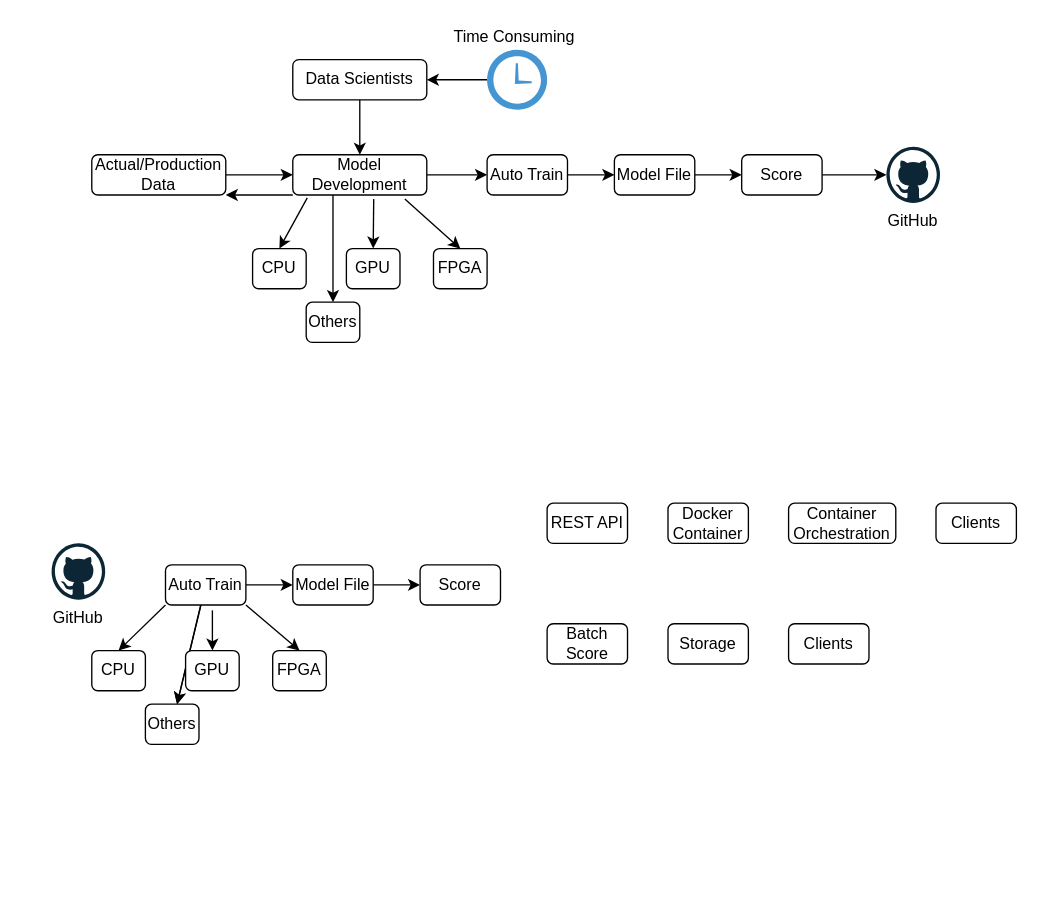
The draw.io diagram DataScience/mldevops.drawio in balakreshnan/Samples2021, before the edit. Source tidied: cells renumbered, new cells numbered last; positions are measured from the earlier drawing's top-left corner, leaving out a move shared by most shapes. Both pictures are drawn from the tidied source at 134%, with x=0, y=0 at pixel (51, 23).
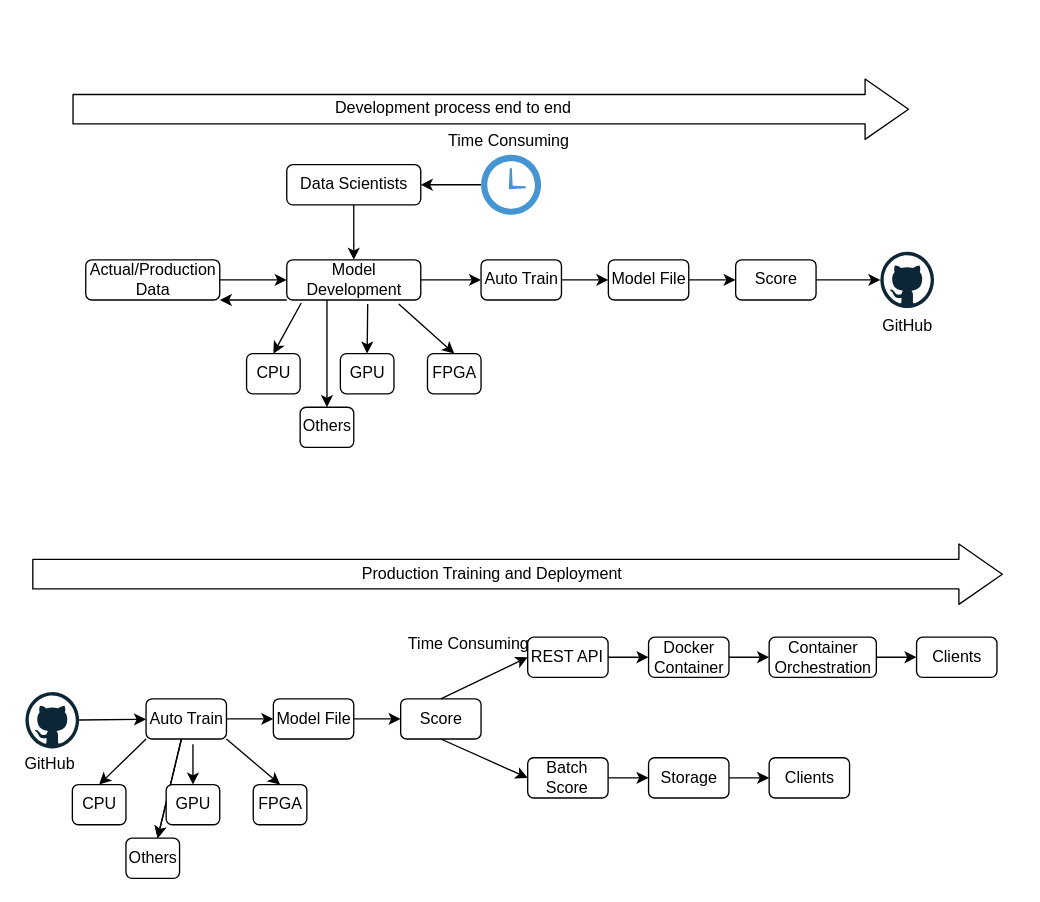
The same diagram, later.

Change to the diagram source:
```diff
@@
     <mxCell id="3" value="Actual/Production Data" style="rounded=1;whiteSpace=wrap;html=1;" parent="1" vertex="1">
-      <mxGeometry x="30" y="98" width="100" height="30" as="geometry" />
+      <mxGeometry x="25.5" y="176.4" width="100" height="30" as="geometry" />
     </mxCell>
     <mxCell id="4" style="edgeStyle=orthogonalEdgeStyle;rounded=0;jettySize=auto;html=1;" parent="1" edge="1" source="6" target="10">
       <mxGeometry relative="1" as="geometry">
         <Array as="points">
-          <mxPoint x="210" y="148" />
-          <mxPoint x="210" y="148" />
+          <mxPoint x="205.5" y="226.4" />
+          <mxPoint x="205.5" y="226.4" />
         </Array>
       </mxGeometry>
     </mxCell>
@@
     <mxCell id="6" value="Model Development" style="rounded=1;whiteSpace=wrap;html=1;" parent="1" vertex="1">
-      <mxGeometry x="180" y="98" width="100" height="30" as="geometry" />
+      <mxGeometry x="175.5" y="176.4" width="100" height="30" as="geometry" />
     </mxCell>
     <mxCell id="7" value="CPU" style="rounded=1;whiteSpace=wrap;html=1;" parent="1" vertex="1">
-      <mxGeometry x="150" y="168" width="40" height="30" as="geometry" />
+      <mxGeometry x="145.5" y="246.4" width="40" height="30" as="geometry" />
     </mxCell>
     <mxCell id="8" value="GPU" style="rounded=1;whiteSpace=wrap;html=1;" parent="1" vertex="1">
-      <mxGeometry x="220" y="168" width="40" height="30" as="geometry" />
+      <mxGeometry x="215.5" y="246.4" width="40" height="30" as="geometry" />
     </mxCell>
     <mxCell id="9" value="FPGA" style="rounded=1;whiteSpace=wrap;html=1;" parent="1" vertex="1">
-      <mxGeometry x="285" y="168" width="40" height="30" as="geometry" />
+      <mxGeometry x="280.5" y="246.4" width="40" height="30" as="geometry" />
     </mxCell>
     <mxCell id="10" value="Others" style="rounded=1;whiteSpace=wrap;html=1;" parent="1" vertex="1">
-      <mxGeometry x="190" y="208" width="40" height="30" as="geometry" />
+      <mxGeometry x="185.5" y="286.4" width="40" height="30" as="geometry" />
     </mxCell>
@@
     <mxCell id="12" value="Data Scientists" style="rounded=1;whiteSpace=wrap;html=1;" parent="1" vertex="1">
-      <mxGeometry x="180" y="27" width="100" height="30" as="geometry" />
+      <mxGeometry x="175.5" y="105.4" width="100" height="30" as="geometry" />
     </mxCell>
@@
     <mxCell id="18" style="shadow=0;dashed=0;html=1;strokeColor=none;fillColor=#4495D1;labelPosition=center;verticalLabelPosition=bottom;verticalAlign=top;align=center;outlineConnect=0;shape=mxgraph.veeam.time;" parent="1" vertex="1">
-      <mxGeometry x="325" y="19.6" width="44.8" height="44.8" as="geometry" />
+      <mxGeometry x="320.5" y="98" width="44.8" height="44.8" as="geometry" />
     </mxCell>
     <mxCell id="19" style="dashed=0;outlineConnect=0;html=1;align=center;labelPosition=center;verticalLabelPosition=bottom;verticalAlign=top;shape=mxgraph.weblogos.github;" parent="1" vertex="1">
-      <mxGeometry x="623" y="92" width="40" height="42" as="geometry" />
+      <mxGeometry x="618.5" y="170.4" width="40" height="42" as="geometry" />
     </mxCell>
     <mxCell id="20" value="GitHub" style="text;html=1;strokeColor=none;fillColor=none;align=center;verticalAlign=middle;whiteSpace=wrap;rounded=0;" parent="1" vertex="1">
-      <mxGeometry x="623" y="138" width="40" height="20" as="geometry" />
+      <mxGeometry x="618.5" y="216.4" width="40" height="20" as="geometry" />
     </mxCell>
@@
     <mxCell id="22" value="Auto Train" style="rounded=1;whiteSpace=wrap;html=1;" parent="1" vertex="1">
-      <mxGeometry x="325" y="98" width="60" height="30" as="geometry" />
+      <mxGeometry x="320.5" y="176.4" width="60" height="30" as="geometry" />
     </mxCell>
@@
     <mxCell id="24" value="Score" style="rounded=1;whiteSpace=wrap;html=1;" parent="1" vertex="1">
-      <mxGeometry x="515" y="98" width="60" height="30" as="geometry" />
+      <mxGeometry x="510.5" y="176.4" width="60" height="30" as="geometry" />
     </mxCell>
@@
     <mxCell id="26" value="Model File" style="rounded=1;whiteSpace=wrap;html=1;" parent="1" vertex="1">
-      <mxGeometry x="420" y="98" width="60" height="30" as="geometry" />
+      <mxGeometry x="415.5" y="176.4" width="60" height="30" as="geometry" />
     </mxCell>
     <mxCell id="27" value="Time Consuming" style="text;html=1;strokeColor=none;fillColor=none;align=center;verticalAlign=middle;whiteSpace=wrap;rounded=0;" parent="1" vertex="1">
-      <mxGeometry x="298" y="-0.4" width="95" height="20" as="geometry" />
+      <mxGeometry x="293.5" y="78" width="95" height="20" as="geometry" />
     </mxCell>
+    <mxCell id="51" style="edgeStyle=none;rounded=0;jettySize=auto;html=1;" parent="1" edge="1" source="28" target="33">
+      <mxGeometry relative="1" as="geometry" />
+    </mxCell>
     <mxCell id="28" style="dashed=0;outlineConnect=0;html=1;align=center;labelPosition=center;verticalLabelPosition=bottom;verticalAlign=top;shape=mxgraph.weblogos.github;" parent="1" vertex="1">
-      <mxGeometry y="388" width="40" height="42" as="geometry" />
+      <mxGeometry x="-19.5" y="499" width="40" height="42" as="geometry" />
     </mxCell>
     <mxCell id="29" value="GitHub" style="text;html=1;strokeColor=none;fillColor=none;align=center;verticalAlign=middle;whiteSpace=wrap;rounded=0;" parent="1" vertex="1">
-      <mxGeometry y="434" width="40" height="20" as="geometry" />
+      <mxGeometry x="-21.5" y="543" width="40" height="20" as="geometry" />
     </mxCell>
@@
     <mxCell id="33" value="Auto Train" style="rounded=1;whiteSpace=wrap;html=1;" parent="1" vertex="1">
-      <mxGeometry x="85" y="404" width="60" height="30" as="geometry" />
+      <mxGeometry x="70.5" y="504" width="60" height="30" as="geometry" />
     </mxCell>
     <mxCell id="34" value="Score" style="rounded=1;whiteSpace=wrap;html=1;" parent="1" vertex="1">
-      <mxGeometry x="275" y="404" width="60" height="30" as="geometry" />
+      <mxGeometry x="260.5" y="504" width="60" height="30" as="geometry" />
     </mxCell>
@@
     <mxCell id="36" value="Model File" style="rounded=1;whiteSpace=wrap;html=1;" parent="1" vertex="1">
-      <mxGeometry x="180" y="404" width="60" height="30" as="geometry" />
+      <mxGeometry x="165.5" y="504" width="60" height="30" as="geometry" />
     </mxCell>
     <mxCell id="37" value="CPU" style="rounded=1;whiteSpace=wrap;html=1;" parent="1" vertex="1">
-      <mxGeometry x="30" y="468" width="40" height="30" as="geometry" />
+      <mxGeometry x="15.5" y="568" width="40" height="30" as="geometry" />
     </mxCell>
     <mxCell id="38" value="GPU" style="rounded=1;whiteSpace=wrap;html=1;" parent="1" vertex="1">
-      <mxGeometry x="100" y="468" width="40" height="30" as="geometry" />
+      <mxGeometry x="85.5" y="568" width="40" height="30" as="geometry" />
     </mxCell>
     <mxCell id="39" value="FPGA" style="rounded=1;whiteSpace=wrap;html=1;" parent="1" vertex="1">
-      <mxGeometry x="165" y="468" width="40" height="30" as="geometry" />
+      <mxGeometry x="150.5" y="568" width="40" height="30" as="geometry" />
     </mxCell>
     <mxCell id="40" value="Others" style="rounded=1;whiteSpace=wrap;html=1;" parent="1" vertex="1">
-      <mxGeometry x="70" y="508" width="40" height="30" as="geometry" />
+      <mxGeometry x="55.5" y="608" width="40" height="30" as="geometry" />
     </mxCell>
@@
     <mxCell id="43" style="endArrow=classic;html=1;entryX=0.5;entryY=0;entryDx=0;entryDy=0;" parent="1" edge="1" target="38">
       <mxGeometry relative="1" as="geometry">
-        <mxPoint x="120" y="438" as="sourcePoint" />
+        <mxPoint x="105.5" y="538" as="sourcePoint" />
       </mxGeometry>
     </mxCell>
+    <mxCell id="52" style="edgeStyle=none;rounded=0;jettySize=auto;html=1;" parent="1" edge="1" source="44" target="45">
+      <mxGeometry relative="1" as="geometry" />
+    </mxCell>
     <mxCell id="44" value="REST API" style="rounded=1;whiteSpace=wrap;html=1;" parent="1" vertex="1">
-      <mxGeometry x="369.8" y="358" width="60" height="30" as="geometry" />
+      <mxGeometry x="355.3" y="458" width="60" height="30" as="geometry" />
     </mxCell>
+    <mxCell id="53" style="edgeStyle=none;rounded=0;jettySize=auto;html=1;" parent="1" edge="1" source="45" target="46">
+      <mxGeometry relative="1" as="geometry" />
+    </mxCell>
     <mxCell id="45" value="Docker Container" style="rounded=1;whiteSpace=wrap;html=1;" parent="1" vertex="1">
-      <mxGeometry x="460" y="358" width="60" height="30" as="geometry" />
+      <mxGeometry x="445.5" y="458" width="60" height="30" as="geometry" />
     </mxCell>
+    <mxCell id="54" style="edgeStyle=none;rounded=0;jettySize=auto;html=1;" parent="1" edge="1" source="46" target="49">
+      <mxGeometry relative="1" as="geometry" />
+    </mxCell>
     <mxCell id="46" value="Container Orchestration" style="rounded=1;whiteSpace=wrap;html=1;" parent="1" vertex="1">
-      <mxGeometry x="550" y="358" width="80" height="30" as="geometry" />
+      <mxGeometry x="535.5" y="458" width="80" height="30" as="geometry" />
     </mxCell>
+    <mxCell id="55" style="edgeStyle=none;rounded=0;jettySize=auto;html=1;" parent="1" edge="1" source="47" target="48">
+      <mxGeometry relative="1" as="geometry" />
+    </mxCell>
     <mxCell id="47" value="Batch Score" style="rounded=1;whiteSpace=wrap;html=1;" parent="1" vertex="1">
-      <mxGeometry x="369.8" y="448" width="60" height="30" as="geometry" />
+      <mxGeometry x="355.3" y="548" width="60" height="30" as="geometry" />
     </mxCell>
+    <mxCell id="56" style="edgeStyle=none;rounded=0;jettySize=auto;html=1;" parent="1" edge="1" source="48" target="50">
+      <mxGeometry relative="1" as="geometry" />
+    </mxCell>
     <mxCell id="48" value="Storage" style="rounded=1;whiteSpace=wrap;html=1;" parent="1" vertex="1">
-      <mxGeometry x="460" y="448" width="60" height="30" as="geometry" />
+      <mxGeometry x="445.5" y="548" width="60" height="30" as="geometry" />
     </mxCell>
     <mxCell id="49" value="Clients" style="rounded=1;whiteSpace=wrap;html=1;" parent="1" vertex="1">
-      <mxGeometry x="660" y="358" width="60" height="30" as="geometry" />
+      <mxGeometry x="645.5" y="458" width="60" height="30" as="geometry" />
     </mxCell>
     <mxCell id="50" value="Clients" style="rounded=1;whiteSpace=wrap;html=1;" parent="1" vertex="1">
-      <mxGeometry x="550" y="448" width="60" height="30" as="geometry" />
+      <mxGeometry x="535.5" y="548" width="60" height="30" as="geometry" />
     </mxCell>
+    <mxCell id="57" style="endArrow=classic;html=1;entryX=0;entryY=0.5;entryDx=0;entryDy=0;exitX=0.5;exitY=0;exitDx=0;exitDy=0;" parent="1" edge="1" source="34" target="44">
+      <mxGeometry relative="1" as="geometry" />
+    </mxCell>
+    <mxCell id="58" style="endArrow=classic;html=1;exitX=0.5;exitY=1;exitDx=0;exitDy=0;entryX=0;entryY=0.5;entryDx=0;entryDy=0;" parent="1" edge="1" source="34" target="47">
+      <mxGeometry relative="1" as="geometry" />
+    </mxCell>
+    <mxCell id="59" style="shape=flexArrow;endArrow=classic;html=1;endWidth=22;endSize=10.47;width=22;" parent="1" edge="1">
+      <mxGeometry relative="1" as="geometry">
+        <mxPoint x="15.5" y="64" as="sourcePoint" />
+        <mxPoint x="640" y="64" as="targetPoint" />
+      </mxGeometry>
+    </mxCell>
+    <mxCell id="60" value="Development process end to end" style="text;html=1;strokeColor=none;fillColor=none;align=center;verticalAlign=middle;whiteSpace=wrap;rounded=0;" parent="1" vertex="1">
+      <mxGeometry x="130" y="53" width="340" height="20" as="geometry" />
+    </mxCell>
+    <mxCell id="61" value="Time Consuming" style="text;html=1;strokeColor=none;fillColor=none;align=center;verticalAlign=middle;whiteSpace=wrap;rounded=0;" parent="1" vertex="1">
+      <mxGeometry x="263.5" y="453" width="95" height="20" as="geometry" />
+    </mxCell>
+    <mxCell id="62" style="shape=flexArrow;endArrow=classic;html=1;endWidth=22;endSize=10.47;width=22;" parent="1" edge="1">
+      <mxGeometry relative="1" as="geometry">
+        <mxPoint x="-14.5" y="411" as="sourcePoint" />
+        <mxPoint x="710" y="411" as="targetPoint" />
+      </mxGeometry>
+    </mxCell>
+    <mxCell id="63" value="Production Training and Deployment" style="text;html=1;strokeColor=none;fillColor=none;align=center;verticalAlign=middle;whiteSpace=wrap;rounded=0;" parent="1" vertex="1">
+      <mxGeometry x="159" y="401" width="340" height="20" as="geometry" />
+    </mxCell>
```
